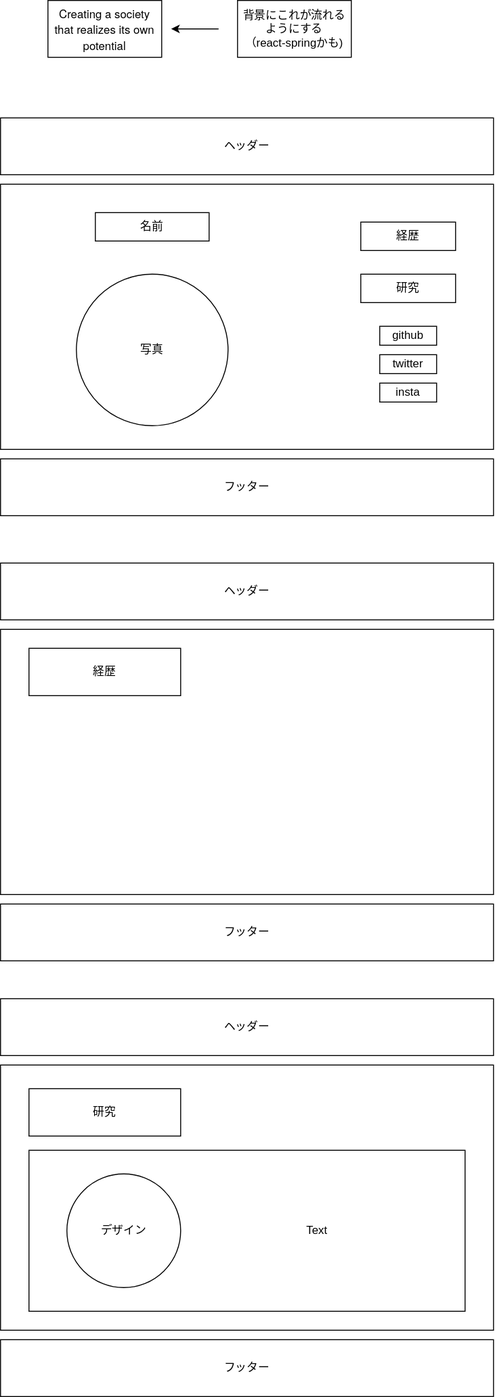
This is homepage.svg from Hironori8/nakano-homepage, a draw.io export, as it was before one commit. Source tidied: cells renumbered, new cells last; positions are measured from the earlier drawing's top-left corner, leaving out a move shared by most shapes.
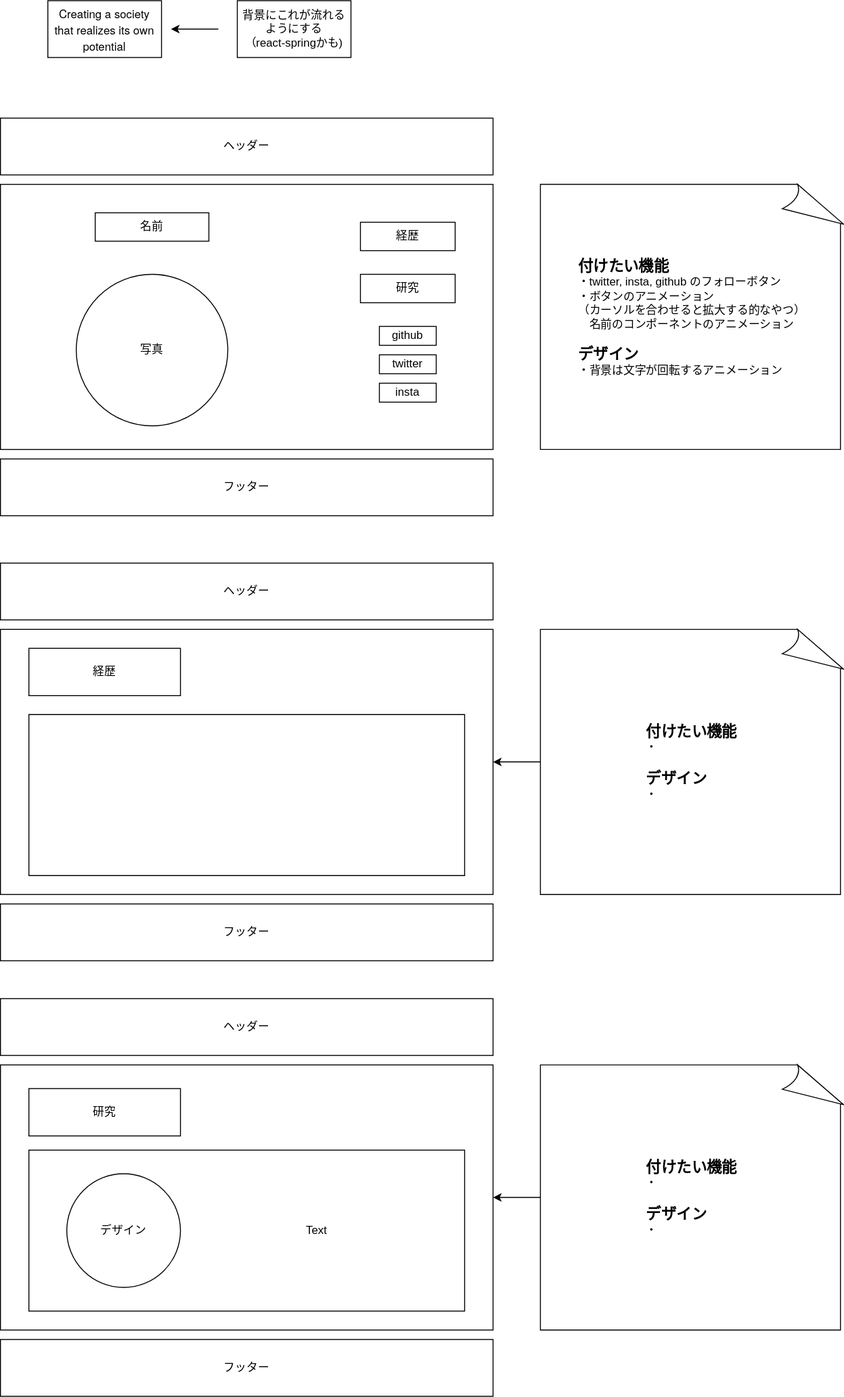
Above is the later version.

Diff of the diagram source:
```diff
@@ -85,5 +85,23 @@
     <mxCell id="27" value="Text" style="text;html=1;strokeColor=none;fillColor=none;align=center;verticalAlign=middle;whiteSpace=wrap;rounded=0;" parent="1" vertex="1">
       <mxGeometry x="279" y="1259" width="110" height="80" as="geometry" />
     </mxCell>
+    <mxCell id="28" style="verticalLabelPosition=bottom;verticalAlign=top;html=1;shape=mxgraph.basic.rect;fillColor2=none;strokeWidth=1;size=20;indent=5;" parent="1" vertex="1">
+      <mxGeometry x="30" y="754" width="460" height="170" as="geometry" />
+    </mxCell>
+    <mxCell id="29" value="&lt;div style=&quot;text-align: justify&quot;&gt;&lt;b&gt;&lt;font style=&quot;font-size: 16px&quot;&gt;付けたい機能&lt;/font&gt;&lt;/b&gt;&lt;/div&gt;&lt;div style=&quot;text-align: justify&quot;&gt;&lt;span&gt;・twitter, insta, github のフォローボタン&lt;/span&gt;&lt;/div&gt;&lt;div style=&quot;font-family: &amp;#34;helvetica neue&amp;#34; ; text-align: justify&quot;&gt;&lt;span&gt;・ボタンのアニメーション&lt;/span&gt;&lt;/div&gt;&lt;div style=&quot;font-family: &amp;#34;helvetica neue&amp;#34; ; text-align: justify&quot;&gt;&lt;span&gt;（カーソルを合わせると拡大する的なやつ）&lt;/span&gt;&lt;/div&gt;&lt;div&gt;&lt;span&gt;&lt;font face=&quot;helvetica neue&quot;&gt;名前のコンポーネントのアニメーション&lt;/font&gt;&lt;br&gt;&lt;div style=&quot;text-align: left&quot;&gt;&lt;font face=&quot;helvetica neue&quot;&gt;&lt;br&gt;&lt;/font&gt;&lt;/div&gt;&lt;/span&gt;&lt;/div&gt;&lt;span style=&quot;font-size: 16px&quot;&gt;&lt;div style=&quot;text-align: left&quot;&gt;&lt;b&gt;デザイン&lt;/b&gt;&lt;/div&gt;&lt;/span&gt;&lt;span style=&quot;font-family: &amp;#34;helvetica neue&amp;#34;&quot;&gt;&lt;div style=&quot;text-align: left&quot;&gt;&lt;span&gt;・背景は文字が回転するアニメーション&lt;/span&gt;&lt;/div&gt;&lt;/span&gt;" style="whiteSpace=wrap;html=1;shape=mxgraph.basic.document;align=center;" parent="1" vertex="1">
+      <mxGeometry x="570" y="194" width="320" height="280" as="geometry" />
+    </mxCell>
+    <mxCell id="30" style="edgeStyle=orthogonalEdgeStyle;rounded=0;jettySize=auto;html=1;entryX=1;entryY=0.5;entryDx=0;entryDy=0;" parent="1" edge="1" source="31" target="8">
+      <mxGeometry relative="1" as="geometry" />
+    </mxCell>
+    <mxCell id="31" value="&lt;div style=&quot;text-align: justify&quot;&gt;&lt;b&gt;&lt;font style=&quot;font-size: 16px&quot;&gt;付けたい機能&lt;/font&gt;&lt;/b&gt;&lt;/div&gt;&lt;div style=&quot;text-align: justify&quot;&gt;・&lt;/div&gt;&lt;div&gt;&lt;div style=&quot;text-align: left&quot;&gt;&lt;font face=&quot;helvetica neue&quot;&gt;&lt;br&gt;&lt;/font&gt;&lt;/div&gt;&lt;/div&gt;&lt;span style=&quot;font-size: 16px&quot;&gt;&lt;div style=&quot;text-align: left&quot;&gt;&lt;b&gt;デザイン&lt;/b&gt;&lt;/div&gt;&lt;/span&gt;&lt;span style=&quot;font-family: &amp;#34;helvetica neue&amp;#34;&quot;&gt;&lt;div style=&quot;text-align: left&quot;&gt;・&lt;/div&gt;&lt;/span&gt;" style="whiteSpace=wrap;html=1;shape=mxgraph.basic.document;" parent="1" vertex="1">
+      <mxGeometry x="570" y="664" width="320" height="280" as="geometry" />
+    </mxCell>
+    <mxCell id="32" style="edgeStyle=orthogonalEdgeStyle;rounded=0;jettySize=auto;html=1;exitX=0;exitY=0.5;exitDx=0;exitDy=0;exitPerimeter=0;entryX=1;entryY=0.5;entryDx=0;entryDy=0;" parent="1" edge="1" source="33" target="9">
+      <mxGeometry relative="1" as="geometry" />
+    </mxCell>
+    <mxCell id="33" value="&lt;div style=&quot;text-align: justify&quot;&gt;&lt;b&gt;&lt;font style=&quot;font-size: 16px&quot;&gt;付けたい機能&lt;/font&gt;&lt;/b&gt;&lt;/div&gt;&lt;div style=&quot;text-align: justify&quot;&gt;・&lt;/div&gt;&lt;div&gt;&lt;div style=&quot;text-align: left&quot;&gt;&lt;font face=&quot;helvetica neue&quot;&gt;&lt;br&gt;&lt;/font&gt;&lt;/div&gt;&lt;/div&gt;&lt;span style=&quot;font-size: 16px&quot;&gt;&lt;div style=&quot;text-align: left&quot;&gt;&lt;b&gt;デザイン&lt;/b&gt;&lt;/div&gt;&lt;/span&gt;&lt;span style=&quot;font-family: &amp;#34;helvetica neue&amp;#34;&quot;&gt;&lt;div style=&quot;text-align: left&quot;&gt;・&lt;/div&gt;&lt;/span&gt;" style="whiteSpace=wrap;html=1;shape=mxgraph.basic.document;" parent="1" vertex="1">
+      <mxGeometry x="570" y="1124" width="320" height="280" as="geometry" />
+    </mxCell>
   </root>
 </mxGraphModel>
```
